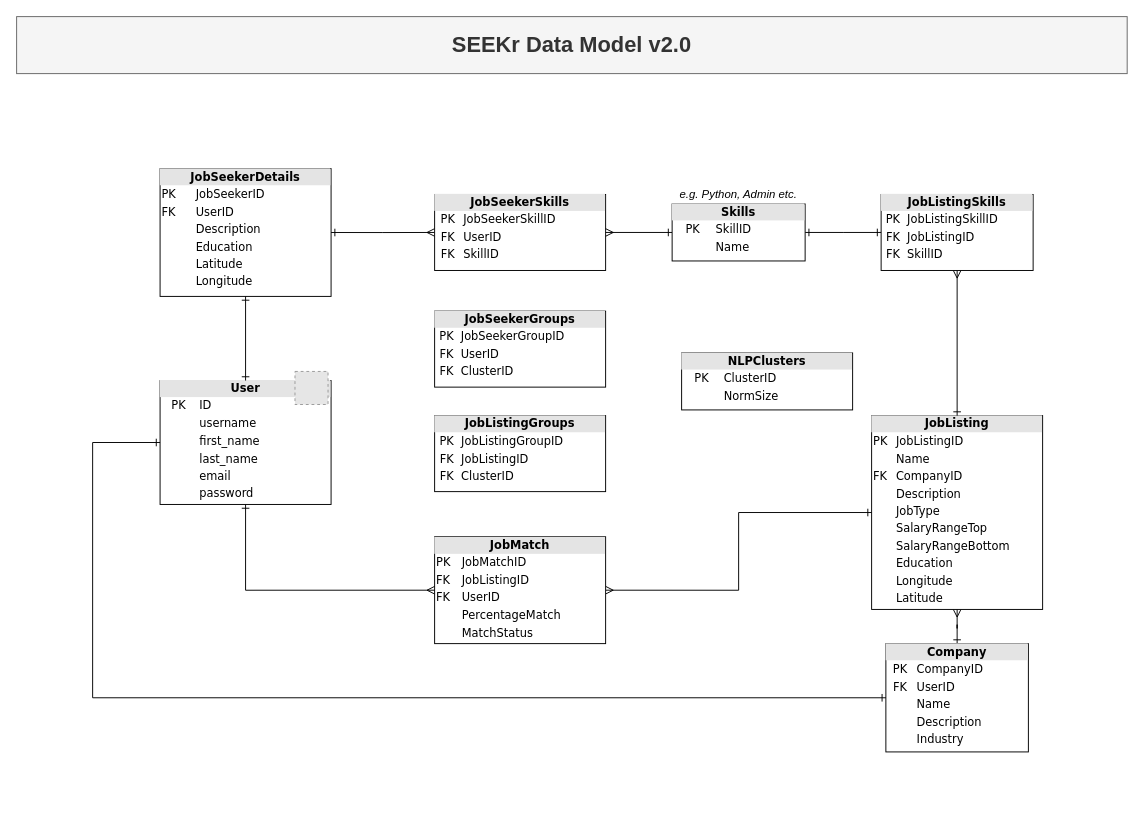
Above: docs/SEEKr_DataModel.drawio in shravanjeevan/SEEKr (draw.io), before the change. Source tidied: cells renumbered, new cells numbered last; positions are measured from the earlier drawing's top-left corner, leaving out a move shared by most shapes. Both pictures are drawn from the tidied source at 95%, with x=0, y=0 at pixel (16, 16). Pictures stored in the file or linked from it are replaced by grey dashed boxes.
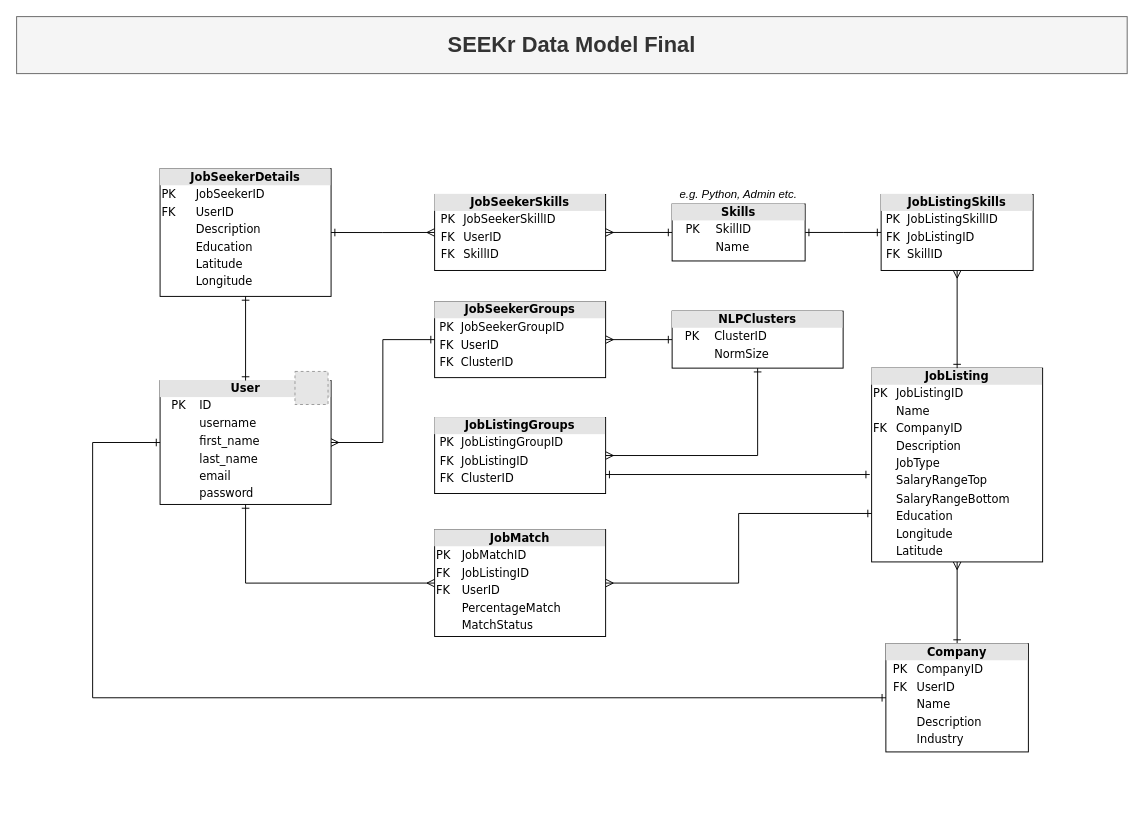
The same diagram, later.

Commit message:
Updated data model docs

Unchanged cells that the change refers to:
```xml
<mxCell id="11" value="&lt;div style=&quot;text-align: center ; box-sizing: border-box ; width: 100% ; background: rgb(228 , 228 , 228) ; padding: 2px&quot;&gt;&lt;b&gt;User&lt;/b&gt;&lt;/div&gt;&lt;table style=&quot;width: 100% ; font-size: 1em&quot; cellpadding=&quot;2&quot; cellspacing=&quot;0&quot;&gt;&lt;tbody&gt;&lt;tr&gt;&lt;td style=&quot;text-align: center&quot;&gt;PK&lt;/td&gt;&lt;td&gt;ID&lt;/td&gt;&lt;/tr&gt;&lt;tr&gt;&lt;td&gt;&lt;br&gt;&lt;/td&gt;&lt;td&gt;username&lt;/td&gt;&lt;/tr&gt;&lt;tr&gt;&lt;td&gt;&lt;/td&gt;&lt;td&gt;first_name&lt;/td&gt;&lt;/tr&gt;&lt;tr&gt;&lt;td&gt;&lt;br&gt;&lt;/td&gt;&lt;td&gt;last_name&lt;/td&gt;&lt;/tr&gt;&lt;tr&gt;&lt;td&gt;&lt;br&gt;&lt;/td&gt;&lt;td&gt;email&lt;/td&gt;&lt;/tr&gt;&lt;tr&gt;&lt;td&gt;&lt;br&gt;&lt;/td&gt;&lt;td&gt;password&lt;br&gt;&lt;/td&gt;&lt;/tr&gt;&lt;tr&gt;&lt;td&gt;&lt;br&gt;&lt;/td&gt;&lt;td&gt;&lt;br&gt;&lt;/td&gt;&lt;/tr&gt;&lt;/tbody&gt;&lt;/table&gt;" style="verticalAlign=top;align=left;overflow=fill;html=1;rounded=0;shadow=0;comic=0;labelBackgroundColor=none;strokeWidth=1;fontFamily=Verdana;fontSize=12;" parent="10" vertex="1">
  <mxGeometry y="9.6" width="180" height="130.4" as="geometry" />
</mxCell>
```

The edit, as a diff of the source:
```diff
@@
     <mxCell id="3" value="&lt;div style=&quot;text-align: center ; box-sizing: border-box ; width: 100% ; background: rgb(228 , 228 , 228) ; padding: 2px&quot;&gt;&lt;b&gt;JobListing&lt;/b&gt;&lt;/div&gt;&lt;table style=&quot;width: 100% ; font-size: 1em&quot; cellpadding=&quot;2&quot; cellspacing=&quot;0&quot;&gt;&lt;tbody&gt;&lt;tr&gt;&lt;td&gt;PK&lt;/td&gt;&lt;td&gt;JobListingID&lt;/td&gt;&lt;/tr&gt;&lt;tr&gt;&lt;td&gt;&lt;br&gt;&lt;/td&gt;&lt;td&gt;Name&lt;/td&gt;&lt;/tr&gt;&lt;tr&gt;&lt;td&gt;FK&lt;/td&gt;&lt;td&gt;CompanyID&lt;/td&gt;&lt;/tr&gt;&lt;tr&gt;&lt;td&gt;&lt;/td&gt;&lt;td&gt;Description&lt;/td&gt;&lt;/tr&gt;&lt;tr&gt;&lt;td&gt;&lt;br&gt;&lt;/td&gt;&lt;td&gt;JobType&lt;/td&gt;&lt;/tr&gt;&lt;tr&gt;&lt;td&gt;&lt;br&gt;&lt;/td&gt;&lt;td&gt;SalaryRangeTop&lt;/td&gt;&lt;/tr&gt;&lt;tr&gt;&lt;td&gt;&lt;br&gt;&lt;/td&gt;&lt;td&gt;SalaryRangeBottom&lt;br&gt;&lt;/td&gt;&lt;/tr&gt;&lt;tr&gt;&lt;td&gt;&lt;br&gt;&lt;/td&gt;&lt;td&gt;Education&lt;/td&gt;&lt;/tr&gt;&lt;tr&gt;&lt;td&gt;&lt;br&gt;&lt;/td&gt;&lt;td&gt;Longitude&lt;/td&gt;&lt;/tr&gt;&lt;tr&gt;&lt;td&gt;&lt;br&gt;&lt;/td&gt;&lt;td&gt;Latitude&lt;/td&gt;&lt;/tr&gt;&lt;/tbody&gt;&lt;/table&gt;" style="verticalAlign=top;align=left;overflow=fill;html=1;rounded=0;shadow=0;comic=0;labelBackgroundColor=none;strokeWidth=1;fontFamily=Verdana;fontSize=12;" parent="1" vertex="1">
-      <mxGeometry x="900" y="420" width="180" height="204" as="geometry" />
+      <mxGeometry x="900" y="370" width="180" height="204" as="geometry" />
     </mxCell>
@@
-    <mxCell id="18" style="edgeStyle=orthogonalEdgeStyle;rounded=0;jettySize=auto;html=1;exitX=1;exitY=0.5;exitDx=0;exitDy=0;entryX=0;entryY=0.5;entryDx=0;entryDy=0;startArrow=ERmany;startFill=0;endArrow=ERone;endFill=0;" parent="1" edge="1" source="19" target="3">
+    <mxCell id="18" style="edgeStyle=orthogonalEdgeStyle;rounded=0;jettySize=auto;html=1;exitX=1;exitY=0.5;exitDx=0;exitDy=0;entryX=0;entryY=0.75;entryDx=0;entryDy=0;startArrow=ERmany;startFill=0;endArrow=ERone;endFill=0;" parent="1" edge="1" source="19" target="3">
       <mxGeometry relative="1" as="geometry" />
     </mxCell>
     <mxCell id="19" value="&lt;div style=&quot;text-align: center ; box-sizing: border-box ; width: 100% ; background: rgb(228 , 228 , 228) ; padding: 2px&quot;&gt;&lt;b&gt;JobMatch&lt;/b&gt;&lt;/div&gt;&lt;table style=&quot;width: 100% ; font-size: 1em&quot; cellpadding=&quot;2&quot; cellspacing=&quot;0&quot;&gt;&lt;tbody&gt;&lt;tr&gt;&lt;td&gt;PK&lt;/td&gt;&lt;td&gt;JobMatchID&lt;/td&gt;&lt;/tr&gt;&lt;tr&gt;&lt;td&gt;FK&lt;/td&gt;&lt;td&gt;JobListingID&lt;/td&gt;&lt;/tr&gt;&lt;tr&gt;&lt;td&gt;FK&lt;/td&gt;&lt;td&gt;UserID&lt;/td&gt;&lt;/tr&gt;&lt;tr&gt;&lt;td&gt;&lt;br&gt;&lt;/td&gt;&lt;td&gt;PercentageMatch&lt;/td&gt;&lt;/tr&gt;&lt;tr&gt;&lt;td&gt;&lt;br&gt;&lt;/td&gt;&lt;td&gt;MatchStatus&lt;br&gt;&lt;/td&gt;&lt;/tr&gt;&lt;/tbody&gt;&lt;/table&gt;" style="verticalAlign=top;align=left;overflow=fill;html=1;rounded=0;shadow=0;comic=0;labelBackgroundColor=none;strokeWidth=1;fontFamily=Verdana;fontSize=12;" parent="1" vertex="1">
-      <mxGeometry x="440" y="547.5" width="180" height="112.5" as="geometry" />
+      <mxGeometry x="440" y="540" width="180" height="112.5" as="geometry" />
     </mxCell>
@@
-    <mxCell id="21" value="&lt;b&gt;&lt;font style=&quot;font-size: 23px&quot;&gt;SEEKr Data Model v2.0&lt;/font&gt;&lt;/b&gt;" style="rounded=0;whiteSpace=wrap;html=1;fillColor=#f5f5f5;strokeColor=#666666;fontColor=#333333;" parent="1" vertex="1">
+    <mxCell id="21" value="&lt;b&gt;&lt;font style=&quot;font-size: 23px&quot;&gt;SEEKr Data Model Final&lt;/font&gt;&lt;/b&gt;" style="rounded=0;whiteSpace=wrap;html=1;fillColor=#f5f5f5;strokeColor=#666666;fontColor=#333333;" parent="1" vertex="1">
       <mxGeometry width="1169" height="60" as="geometry" />
     </mxCell>
@@
+    <mxCell id="29" style="edgeStyle=orthogonalEdgeStyle;rounded=0;jettySize=auto;html=1;exitX=0;exitY=0.5;exitDx=0;exitDy=0;entryX=1;entryY=0.5;entryDx=0;entryDy=0;startArrow=ERone;startFill=0;endArrow=ERmany;endFill=0;fontFamily=Verdana;" parent="1" edge="1" source="25" target="27">
+      <mxGeometry relative="1" as="geometry" />
+    </mxCell>
+    <mxCell id="30" style="edgeStyle=orthogonalEdgeStyle;rounded=0;jettySize=auto;html=1;exitX=0.5;exitY=1;exitDx=0;exitDy=0;entryX=1;entryY=0.5;entryDx=0;entryDy=0;startArrow=ERone;startFill=0;endArrow=ERmany;endFill=0;fontFamily=Verdana;" parent="1" edge="1" source="25" target="26">
+      <mxGeometry relative="1" as="geometry" />
+    </mxCell>
     <mxCell id="25" value="&lt;div style=&quot;text-align: center ; box-sizing: border-box ; width: 100% ; background: rgb(228 , 228 , 228) ; padding: 2px&quot;&gt;&lt;b&gt;NLPClusters&lt;/b&gt;&lt;/div&gt;&lt;table style=&quot;width: 100% ; font-size: 1em&quot; cellpadding=&quot;2&quot; cellspacing=&quot;0&quot;&gt;&lt;tbody&gt;&lt;tr&gt;&lt;td style=&quot;text-align: center&quot;&gt;PK&lt;/td&gt;&lt;td&gt;ClusterID&lt;/td&gt;&lt;/tr&gt;&lt;tr&gt;&lt;td style=&quot;text-align: center&quot;&gt;&lt;br&gt;&lt;/td&gt;&lt;td&gt;NormSize&lt;/td&gt;&lt;/tr&gt;&lt;/tbody&gt;&lt;/table&gt;" style="verticalAlign=top;align=left;overflow=fill;html=1;rounded=0;shadow=0;comic=0;labelBackgroundColor=none;strokeWidth=1;fontFamily=Verdana;fontSize=12;" parent="1" vertex="1">
-      <mxGeometry x="700" y="354" width="180" height="60" as="geometry" />
+      <mxGeometry x="690" y="310" width="180" height="60" as="geometry" />
     </mxCell>
+    <mxCell id="31" style="edgeStyle=orthogonalEdgeStyle;rounded=0;jettySize=auto;html=1;exitX=1;exitY=0.75;exitDx=0;exitDy=0;startArrow=ERone;startFill=0;endArrow=ERone;endFill=0;fontFamily=Verdana;" parent="1" edge="1" source="26">
+      <mxGeometry relative="1" as="geometry">
+        <mxPoint x="898" y="482" as="targetPoint" />
+        <Array as="points">
+          <mxPoint x="898" y="482" />
+        </Array>
+      </mxGeometry>
+    </mxCell>
     <mxCell id="26" value="&lt;div style=&quot;text-align: center ; box-sizing: border-box ; width: 100% ; background: rgb(228 , 228 , 228) ; padding: 2px&quot;&gt;&lt;b&gt;JobListingGroups&lt;/b&gt;&lt;/div&gt;&lt;table style=&quot;width: 100% ; font-size: 1em&quot; cellpadding=&quot;2&quot; cellspacing=&quot;0&quot;&gt;&lt;tbody&gt;&lt;tr&gt;&lt;td style=&quot;text-align: center&quot;&gt;PK&lt;/td&gt;&lt;td&gt;JobListingGroupID&lt;/td&gt;&lt;/tr&gt;&lt;tr&gt;&lt;td style=&quot;text-align: center&quot;&gt;FK&lt;/td&gt;&lt;td&gt;JobListingID&lt;/td&gt;&lt;/tr&gt;&lt;tr&gt;&lt;td style=&quot;text-align: center&quot;&gt;FK&lt;/td&gt;&lt;td&gt;ClusterID&lt;/td&gt;&lt;/tr&gt;&lt;/tbody&gt;&lt;/table&gt;" style="verticalAlign=top;align=left;overflow=fill;html=1;rounded=0;shadow=0;comic=0;labelBackgroundColor=none;strokeWidth=1;fontFamily=Verdana;fontSize=12;" parent="1" vertex="1">
-      <mxGeometry x="440" y="420" width="180" height="80" as="geometry" />
+      <mxGeometry x="440" y="422" width="180" height="80" as="geometry" />
     </mxCell>
     <mxCell id="27" value="&lt;div style=&quot;text-align: center ; box-sizing: border-box ; width: 100% ; background: rgb(228 , 228 , 228) ; padding: 2px&quot;&gt;&lt;b&gt;JobSeekerGroups&lt;/b&gt;&lt;/div&gt;&lt;table style=&quot;width: 100% ; font-size: 1em&quot; cellpadding=&quot;2&quot; cellspacing=&quot;0&quot;&gt;&lt;tbody&gt;&lt;tr&gt;&lt;td style=&quot;text-align: center&quot;&gt;PK&lt;/td&gt;&lt;td&gt;JobSeekerGroupID&lt;/td&gt;&lt;/tr&gt;&lt;tr&gt;&lt;td style=&quot;text-align: center&quot;&gt;FK&lt;/td&gt;&lt;td&gt;UserID&lt;/td&gt;&lt;/tr&gt;&lt;tr&gt;&lt;td style=&quot;text-align: center&quot;&gt;FK&lt;/td&gt;&lt;td&gt;ClusterID&lt;/td&gt;&lt;/tr&gt;&lt;/tbody&gt;&lt;/table&gt;" style="verticalAlign=top;align=left;overflow=fill;html=1;rounded=0;shadow=0;comic=0;labelBackgroundColor=none;strokeWidth=1;fontFamily=Verdana;fontSize=12;" parent="1" vertex="1">
-      <mxGeometry x="440" y="310" width="180" height="80" as="geometry" />
+      <mxGeometry x="440" y="300" width="180" height="80" as="geometry" />
     </mxCell>
@@
+    <mxCell id="32" style="edgeStyle=orthogonalEdgeStyle;rounded=0;jettySize=auto;html=1;entryX=0;entryY=0.5;entryDx=0;entryDy=0;startArrow=ERmany;startFill=0;endArrow=ERone;endFill=0;fontFamily=Verdana;" parent="1" edge="1" source="11" target="27">
+      <mxGeometry relative="1" as="geometry" />
+    </mxCell>
```
